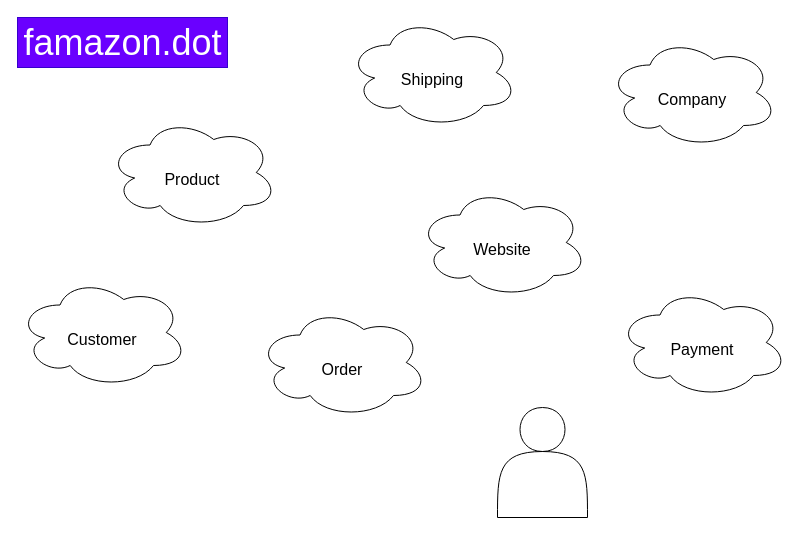
This is famazon_db_development/step1_db_definition.drawio from Senimtra/CF-CodeReview-09, a draw.io file, before an edit. Source tidied: cells renumbered, new cells numbered last; positions are measured from the earlier drawing's top-left corner, leaving out a move shared by most shapes. Both pictures are drawn from the tidied source at 100%, with x=0, y=0 at pixel (17, 17).
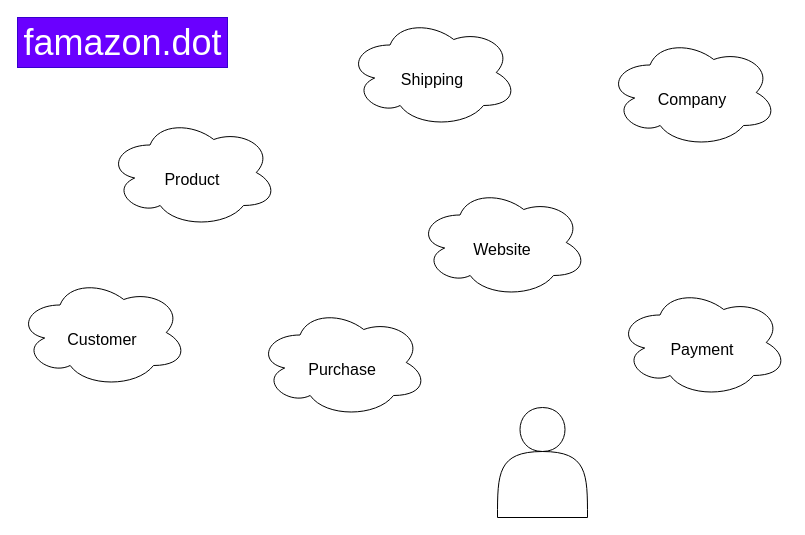
Above is the later version.

Diff of the diagram source:
```diff
@@
 <mxGraphModel>
   <root>
     <mxCell id="0" />
     <mxCell id="1" parent="0" />
     <mxCell id="2" style="shape=actor;whiteSpace=wrap;html=1;" parent="1" vertex="1">
       <mxGeometry x="480" y="390" width="90" height="110" as="geometry" />
     </mxCell>
     <mxCell id="3" value="famazon.dot" style="text;html=1;align=center;verticalAlign=middle;fontSize=36;fillColor=#6a00ff;strokeColor=#3700CC;fontColor=#ffffff;" parent="1" vertex="1">
       <mxGeometry width="210" height="50" as="geometry" />
     </mxCell>
     <mxCell id="4" value="&lt;font style=&quot;font-size: 16px&quot;&gt;Customer&lt;/font&gt;" style="ellipse;shape=cloud;whiteSpace=wrap;html=1;labelBackgroundColor=none;fontSize=36;" parent="1" vertex="1">
       <mxGeometry y="260" width="170" height="110" as="geometry" />
     </mxCell>
     <mxCell id="5" value="&lt;font style=&quot;font-size: 16px&quot;&gt;Company&lt;/font&gt;" style="ellipse;shape=cloud;whiteSpace=wrap;html=1;labelBackgroundColor=none;fontSize=36;" parent="1" vertex="1">
       <mxGeometry x="590" y="20" width="170" height="110" as="geometry" />
     </mxCell>
     <mxCell id="6" value="&lt;font style=&quot;font-size: 16px&quot;&gt;Payment&lt;/font&gt;" style="ellipse;shape=cloud;whiteSpace=wrap;html=1;labelBackgroundColor=none;fontSize=36;" parent="1" vertex="1">
       <mxGeometry x="600" y="270" width="170" height="110" as="geometry" />
     </mxCell>
     <mxCell id="7" value="&lt;font style=&quot;font-size: 16px&quot;&gt;Product&lt;/font&gt;" style="ellipse;shape=cloud;whiteSpace=wrap;html=1;labelBackgroundColor=none;fontSize=36;" parent="1" vertex="1">
       <mxGeometry x="90" y="100" width="170" height="110" as="geometry" />
     </mxCell>
     <mxCell id="8" value="&lt;font style=&quot;font-size: 16px&quot;&gt;Website&lt;br&gt;&lt;/font&gt;" style="ellipse;shape=cloud;whiteSpace=wrap;html=1;labelBackgroundColor=none;fontSize=36;" parent="1" vertex="1">
       <mxGeometry x="400" y="170" width="170" height="110" as="geometry" />
     </mxCell>
     <mxCell id="9" value="&lt;font style=&quot;font-size: 16px&quot;&gt;Shipping&lt;/font&gt;" style="ellipse;shape=cloud;whiteSpace=wrap;html=1;labelBackgroundColor=none;fontSize=36;" parent="1" vertex="1">
       <mxGeometry x="330" width="170" height="110" as="geometry" />
     </mxCell>
-    <mxCell id="10" value="&lt;font style=&quot;font-size: 16px&quot;&gt;Order&lt;br&gt;&lt;/font&gt;" style="ellipse;shape=cloud;whiteSpace=wrap;html=1;labelBackgroundColor=none;fontSize=36;" parent="1" vertex="1">
+    <mxCell id="10" value="&lt;font style=&quot;font-size: 16px&quot;&gt;Purchase&lt;br&gt;&lt;/font&gt;" style="ellipse;shape=cloud;whiteSpace=wrap;html=1;labelBackgroundColor=none;fontSize=36;" parent="1" vertex="1">
       <mxGeometry x="240" y="290" width="170" height="110" as="geometry" />
     </mxCell>
   </root>
 </mxGraphModel>
```
